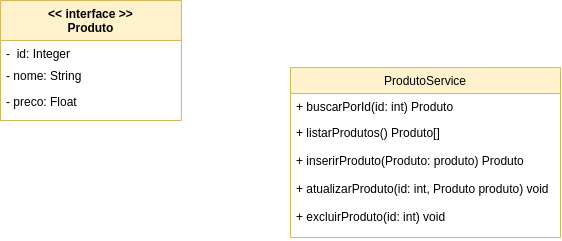
The draw.io diagram docs/img/ProdutoServiceClassDiagram.png in UnBArqDsw2022-1/2022.1_G3_Bazar, before a commit. Source tidied: cells renumbered, new cells last; positions are measured from the earlier drawing's top-left corner, leaving out a move shared by most shapes. Source of this version:
```xml
<mxGraphModel>
  <root>
    <mxCell id="0" />
    <mxCell id="1" parent="0" />
    <mxCell id="2" value="ProdutoService" style="swimlane;fontStyle=0;horizontal=1;startSize=26;fillColor=#fff2cc;strokeColor=#d6b656;" parent="1" vertex="1">
      <mxGeometry x="290" y="67" width="270" height="170" as="geometry" />
    </mxCell>
    <mxCell id="3" value="+ buscarPorId(id: int) Produto" style="text;strokeColor=none;fillColor=none;align=left;verticalAlign=top;spacingLeft=4;spacingRight=4;overflow=hidden;" parent="2" vertex="1">
      <mxGeometry y="26" width="270" height="26" as="geometry" />
    </mxCell>
    <mxCell id="4" value="+ listarProdutos() Produto[]" style="text;strokeColor=none;fillColor=none;align=left;verticalAlign=top;spacingLeft=4;spacingRight=4;overflow=hidden;" parent="2" vertex="1">
      <mxGeometry y="52" width="270" height="28" as="geometry" />
    </mxCell>
    <mxCell id="5" value="+ inserirProduto(Produto: produto) Produto" style="text;strokeColor=none;fillColor=none;align=left;verticalAlign=top;spacingLeft=4;spacingRight=4;overflow=hidden;" parent="2" vertex="1">
      <mxGeometry y="80" width="270" height="28" as="geometry" />
    </mxCell>
    <mxCell id="6" value="+ atualizarProduto(id: int, Produto produto) void" style="text;strokeColor=none;fillColor=none;align=left;verticalAlign=top;spacingLeft=4;spacingRight=4;overflow=hidden;" parent="2" vertex="1">
      <mxGeometry y="108" width="270" height="28" as="geometry" />
    </mxCell>
    <mxCell id="7" value="+ excluirProduto(id: int) void" style="text;strokeColor=none;fillColor=none;align=left;verticalAlign=top;spacingLeft=4;spacingRight=4;overflow=hidden;" parent="2" vertex="1">
      <mxGeometry y="136" width="270" height="34" as="geometry" />
    </mxCell>
    <mxCell id="8" value="&lt;&lt; interface &gt;&gt;&#10;Produto" style="swimlane;fontStyle=1;align=center;verticalAlign=top;horizontal=1;startSize=40;fillColor=#fff2cc;strokeColor=#d6b656;" parent="1" vertex="1">
      <mxGeometry width="180.9" height="120" as="geometry" />
    </mxCell>
    <mxCell id="9" value="-  id: Integer" style="text;strokeColor=none;fillColor=none;align=left;verticalAlign=top;spacingLeft=4;spacingRight=4;overflow=hidden;" parent="8" vertex="1">
      <mxGeometry y="40" width="180.9" height="22" as="geometry" />
    </mxCell>
    <mxCell id="10" value="- nome: String" style="text;strokeColor=none;fillColor=none;align=left;verticalAlign=top;spacingLeft=4;spacingRight=4;overflow=hidden;" parent="8" vertex="1">
      <mxGeometry y="62" width="180.9" height="26" as="geometry" />
    </mxCell>
    <mxCell id="11" value="- preco: Float" style="text;strokeColor=none;fillColor=none;align=left;verticalAlign=top;spacingLeft=4;spacingRight=4;overflow=hidden;" parent="8" vertex="1">
      <mxGeometry y="88" width="180.9" height="32" as="geometry" />
    </mxCell>
  </root>
</mxGraphModel>
```
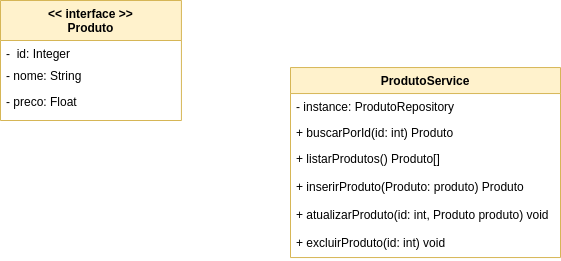
Above is the later version.

Commit message:
fix: uml criacional

What changed in the source:
```diff
@@ -2,23 +2,26 @@
   <root>
     <mxCell id="0" />
     <mxCell id="1" parent="0" />
-    <mxCell id="2" value="ProdutoService" style="swimlane;fontStyle=0;horizontal=1;startSize=26;fillColor=#fff2cc;strokeColor=#d6b656;" parent="1" vertex="1">
-      <mxGeometry x="290" y="67" width="270" height="170" as="geometry" />
+    <mxCell id="2" value="ProdutoService" style="swimlane;fontStyle=1;horizontal=1;startSize=26;fillColor=#fff2cc;strokeColor=#d6b656;" parent="1" vertex="1">
+      <mxGeometry x="290" y="67" width="270" height="190" as="geometry" />
     </mxCell>
-    <mxCell id="3" value="+ buscarPorId(id: int) Produto" style="text;strokeColor=none;fillColor=none;align=left;verticalAlign=top;spacingLeft=4;spacingRight=4;overflow=hidden;" parent="2" vertex="1">
+    <mxCell id="3" value="- instance: ProdutoRepository" style="text;strokeColor=none;fillColor=none;align=left;verticalAlign=top;spacingLeft=4;spacingRight=4;overflow=hidden;fontStyle=0;" parent="2" vertex="1">
       <mxGeometry y="26" width="270" height="26" as="geometry" />
     </mxCell>
+    <mxCell id="12" value="+ buscarPorId(id: int) Produto" style="text;strokeColor=none;fillColor=none;align=left;verticalAlign=top;spacingLeft=4;spacingRight=4;overflow=hidden;" parent="2" vertex="1">
+      <mxGeometry y="52" width="270" height="26" as="geometry" />
+    </mxCell>
     <mxCell id="4" value="+ listarProdutos() Produto[]" style="text;strokeColor=none;fillColor=none;align=left;verticalAlign=top;spacingLeft=4;spacingRight=4;overflow=hidden;" parent="2" vertex="1">
-      <mxGeometry y="52" width="270" height="28" as="geometry" />
+      <mxGeometry y="78" width="270" height="28" as="geometry" />
     </mxCell>
     <mxCell id="5" value="+ inserirProduto(Produto: produto) Produto" style="text;strokeColor=none;fillColor=none;align=left;verticalAlign=top;spacingLeft=4;spacingRight=4;overflow=hidden;" parent="2" vertex="1">
-      <mxGeometry y="80" width="270" height="28" as="geometry" />
+      <mxGeometry y="106" width="270" height="28" as="geometry" />
     </mxCell>
     <mxCell id="6" value="+ atualizarProduto(id: int, Produto produto) void" style="text;strokeColor=none;fillColor=none;align=left;verticalAlign=top;spacingLeft=4;spacingRight=4;overflow=hidden;" parent="2" vertex="1">
-      <mxGeometry y="108" width="270" height="28" as="geometry" />
+      <mxGeometry y="134" width="270" height="28" as="geometry" />
     </mxCell>
     <mxCell id="7" value="+ excluirProduto(id: int) void" style="text;strokeColor=none;fillColor=none;align=left;verticalAlign=top;spacingLeft=4;spacingRight=4;overflow=hidden;" parent="2" vertex="1">
-      <mxGeometry y="136" width="270" height="34" as="geometry" />
+      <mxGeometry y="162" width="270" height="28" as="geometry" />
     </mxCell>
     <mxCell id="8" value="&lt;&lt; interface &gt;&gt;&#10;Produto" style="swimlane;fontStyle=1;align=center;verticalAlign=top;horizontal=1;startSize=40;fillColor=#fff2cc;strokeColor=#d6b656;" parent="1" vertex="1">
       <mxGeometry width="180.9" height="120" as="geometry" />
```
